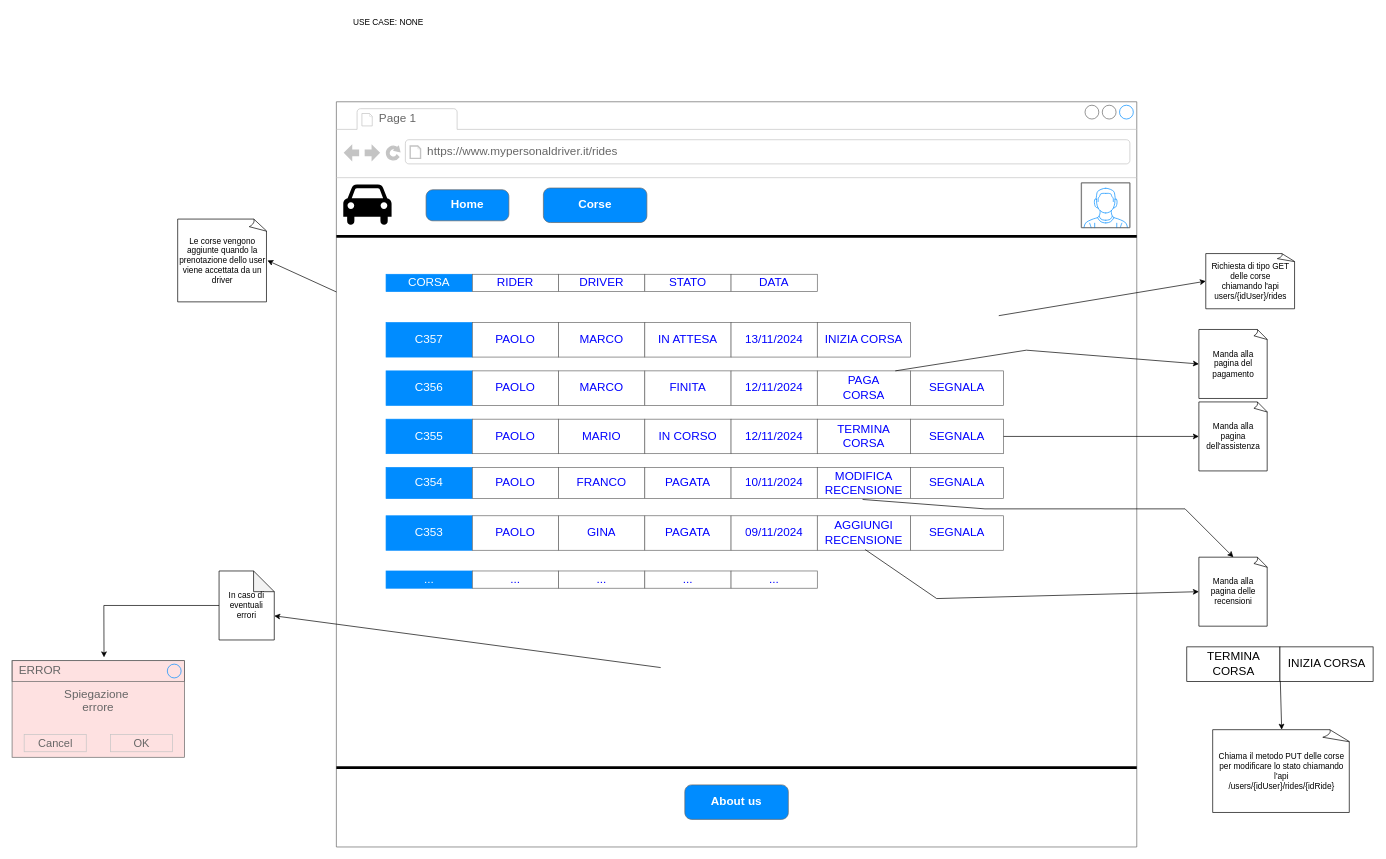
Before: Documentazione/sitoWeb/templateCorse.drawio in alfacorso2024Settembre/MyPersonalDriver, a draw.io diagram. Source tidied: cells renumbered, new cells numbered last; positions are measured from the earlier drawing's top-left corner, leaving out a move shared by most shapes. Both pictures are drawn from the tidied source at 69%, with x=0, y=0 at pixel (12, 12).
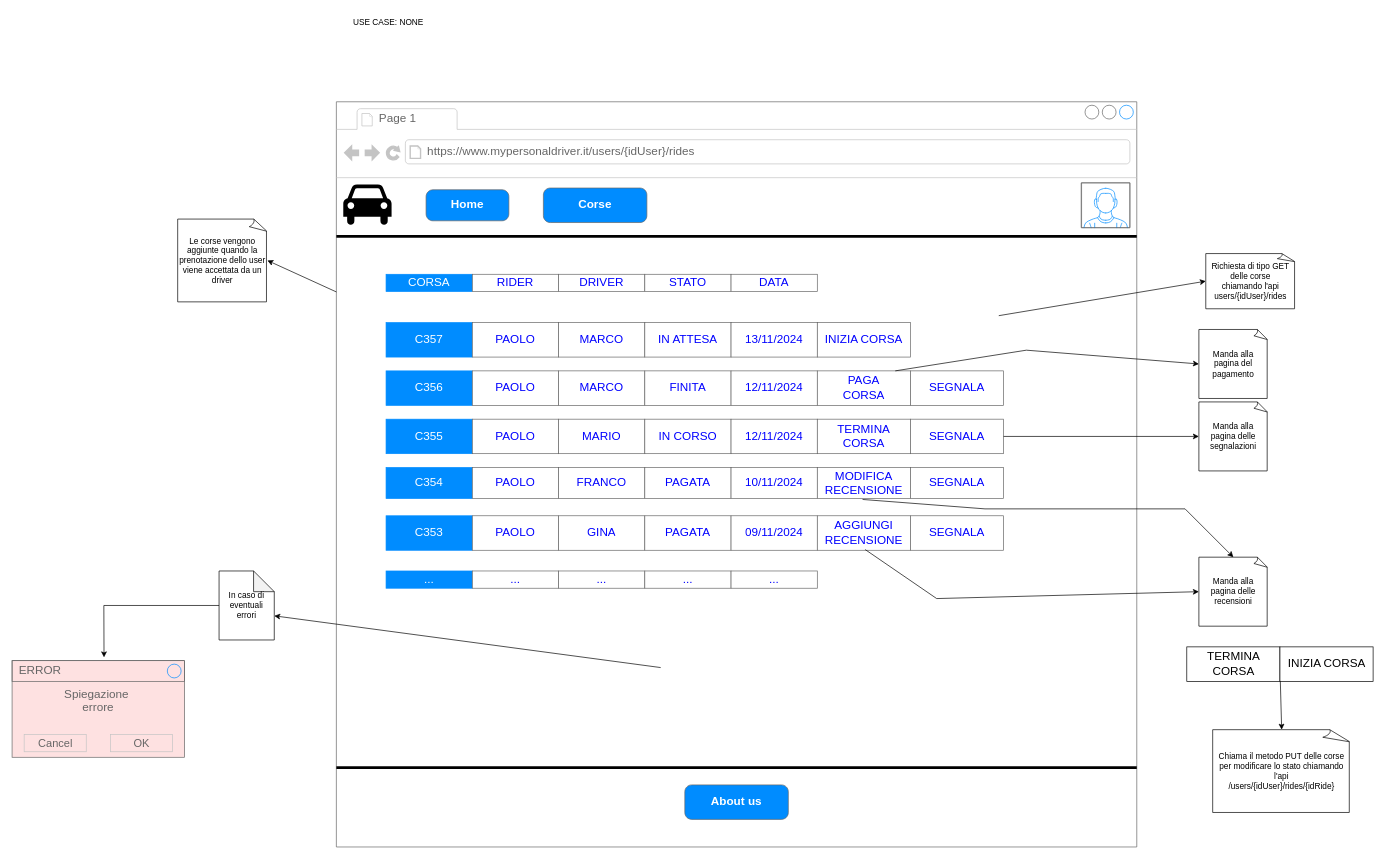
The same page after the edit.

Commit message (it also covers changes not shown here):
template adminusers e rides

Unchanged cells that the change refers to:
```xml
<mxCell id="2" style="strokeWidth=1;shadow=0;dashed=0;align=center;html=1;shape=mxgraph.mockup.containers.browserWindow;rSize=0;strokeColor=#666666;strokeColor2=#008cff;strokeColor3=#c4c4c4;mainText=,;" parent="1" vertex="1">
  <mxGeometry x="470" y="130" width="1160" height="1080" as="geometry" />
</mxCell>
```

What changed in the source:
```diff
@@
-    <mxCell id="4" value="https://www.mypersonaldriver.it/rides" style="strokeWidth=1;shadow=0;dashed=0;align=center;html=1;shape=mxgraph.mockup.containers.anchor;rSize=0;fontSize=17;fontColor=#666666;align=left;" parent="2" vertex="1">
+    <mxCell id="4" value="https://www.mypersonaldriver.it/users/{idUser}/rides" style="strokeWidth=1;shadow=0;dashed=0;align=center;html=1;shape=mxgraph.mockup.containers.anchor;rSize=0;fontSize=17;fontColor=#666666;align=left;" parent="2" vertex="1">
       <mxGeometry x="130" y="60" width="250" height="26" as="geometry" />
     </mxCell>
@@
-    <mxCell id="71" value="Manda alla pagina dell'assistenza" style="whiteSpace=wrap;html=1;shape=mxgraph.basic.document;" parent="1" vertex="1">
+    <mxCell id="71" value="Manda alla pagina delle segnalazioni" style="whiteSpace=wrap;html=1;shape=mxgraph.basic.document;" parent="1" vertex="1">
       <mxGeometry x="1720" y="565" width="100" height="100" as="geometry" />
     </mxCell>
```
